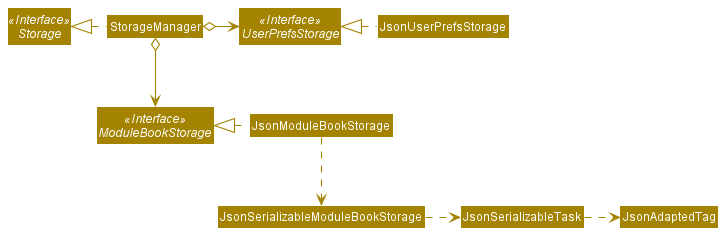
The PlantUML diagram docs/images/StorageClassDiagram.png in nus-cs2103-AY2021S2/tp, before a commit.
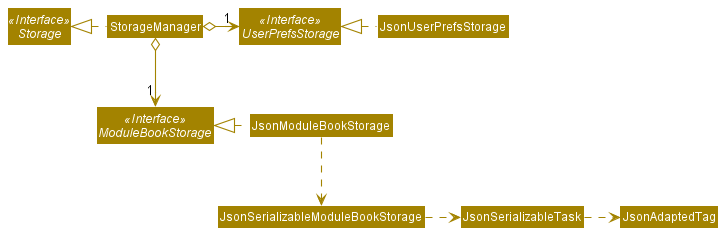
The same diagram one commit later.

The edit, as a diff of the source:
```diff
@@ -13,8 +13,8 @@
 Class JsonModuleBookStorage
 
 StorageManager .left.|> Storage
-StorageManager o-right-> UserPrefsStorage
-StorageManager o--> ModuleBookStorage
+StorageManager o-right-> "1" UserPrefsStorage
+StorageManager o--> "1" ModuleBookStorage
 
 JsonUserPrefsStorage .left.|> UserPrefsStorage
 JsonModuleBookStorage .left.|> ModuleBookStorage
```
